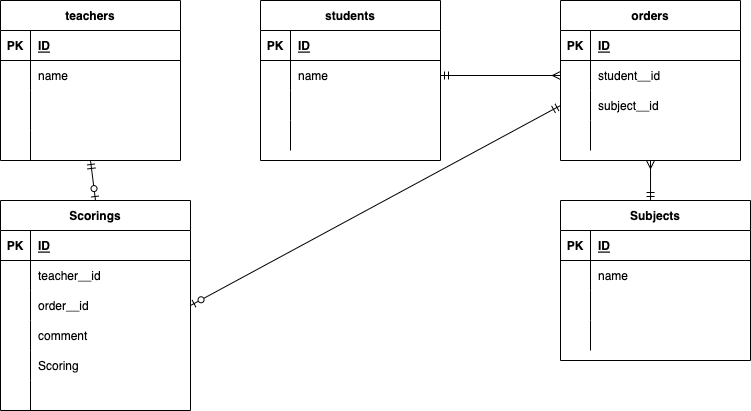
This is test.drawio.png from daiki239/20220701-, a draw.io export, as it was before one commit. Source tidied: cells renumbered, new cells last; positions are measured from the earlier drawing's top-left corner, leaving out a move shared by most shapes.
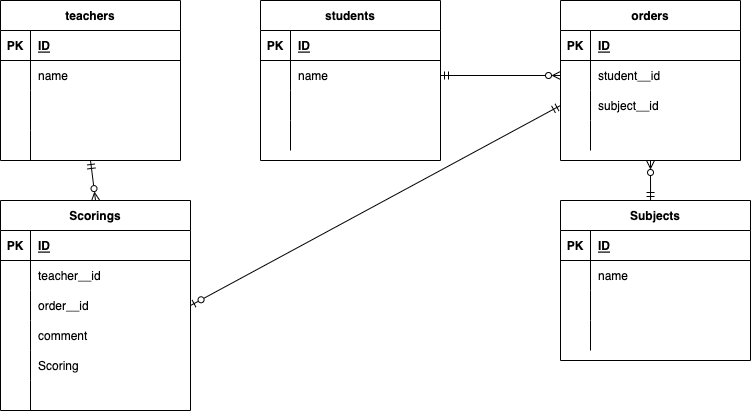
After the change.

Change to the diagram source:
```diff
@@ -137,7 +137,7 @@
     <mxCell id="46" style="shape=partialRectangle;fillColor=none;top=0;left=0;bottom=0;right=0;align=left;spacingLeft=6;overflow=hidden;" parent="44" vertex="1">
       <mxGeometry x="30" width="160" height="30" as="geometry" />
     </mxCell>
-    <mxCell id="47" style="html=1;targetPerimeterSpacing=8;endArrow=ERzeroToOne;endFill=0;startArrow=ERmandOne;startFill=0;entryX=0.5;entryY=0;entryDx=0;entryDy=0;" parent="1" edge="1" target="28">
+    <mxCell id="47" style="html=1;targetPerimeterSpacing=8;endArrow=ERzeroToMany;endFill=0;startArrow=ERmandOne;startFill=0;entryX=0.5;entryY=0;entryDx=0;entryDy=0;" parent="1" edge="1" target="28">
       <mxGeometry relative="1" as="geometry">
         <mxPoint x="90" y="160" as="sourcePoint" />
       </mxGeometry>
@@ -181,7 +181,7 @@
     <mxCell id="60" style="shape=partialRectangle;fillColor=none;top=0;left=0;bottom=0;right=0;align=left;spacingLeft=6;overflow=hidden;" parent="58" vertex="1">
       <mxGeometry x="30" width="150" height="30" as="geometry" />
     </mxCell>
-    <mxCell id="61" style="html=1;targetPerimeterSpacing=8;endArrow=ERmany;endFill=0;startArrow=ERmandOne;startFill=0;entryX=0;entryY=0.5;entryDx=0;entryDy=0;exitX=1;exitY=0.5;exitDx=0;exitDy=0;" parent="1" edge="1" source="19" target="52">
+    <mxCell id="61" style="html=1;targetPerimeterSpacing=8;endArrow=ERzeroToMany;endFill=0;startArrow=ERmandOne;startFill=0;entryX=0;entryY=0.5;entryDx=0;entryDy=0;exitX=1;exitY=0.5;exitDx=0;exitDy=0;" parent="1" edge="1" source="19" target="52">
       <mxGeometry relative="1" as="geometry" />
     </mxCell>
     <mxCell id="62" value="Subjects" style="shape=table;startSize=30;rowLines=0;fontStyle=1;align=center;" parent="1" vertex="1">
@@ -223,7 +223,7 @@
     <mxCell id="74" style="shape=partialRectangle;fillColor=none;top=0;left=0;bottom=0;right=0;align=left;spacingLeft=6;overflow=hidden;" parent="72" vertex="1">
       <mxGeometry x="30" width="160" height="30" as="geometry" />
     </mxCell>
-    <mxCell id="75" style="html=1;targetPerimeterSpacing=8;endArrow=ERmandOne;endFill=0;startArrow=ERmany;startFill=0;entryX=0.474;entryY=0;entryDx=0;entryDy=0;exitX=0.5;exitY=1;exitDx=0;exitDy=0;entryPerimeter=0;" parent="1" edge="1" source="48" target="62">
+    <mxCell id="75" style="html=1;targetPerimeterSpacing=8;endArrow=ERmandOne;endFill=0;startArrow=ERzeroToMany;startFill=0;entryX=0.474;entryY=0;entryDx=0;entryDy=0;exitX=0.5;exitY=1;exitDx=0;exitDy=0;entryPerimeter=0;" parent="1" edge="1" source="48" target="62">
       <mxGeometry relative="1" as="geometry" />
     </mxCell>
     <mxCell id="76" style="html=1;targetPerimeterSpacing=8;endArrow=ERzeroToOne;endFill=0;startArrow=ERmandOne;startFill=0;entryX=1;entryY=0.5;entryDx=0;entryDy=0;exitX=0;exitY=0.5;exitDx=0;exitDy=0;" parent="1" edge="1" source="55" target="35">
```
